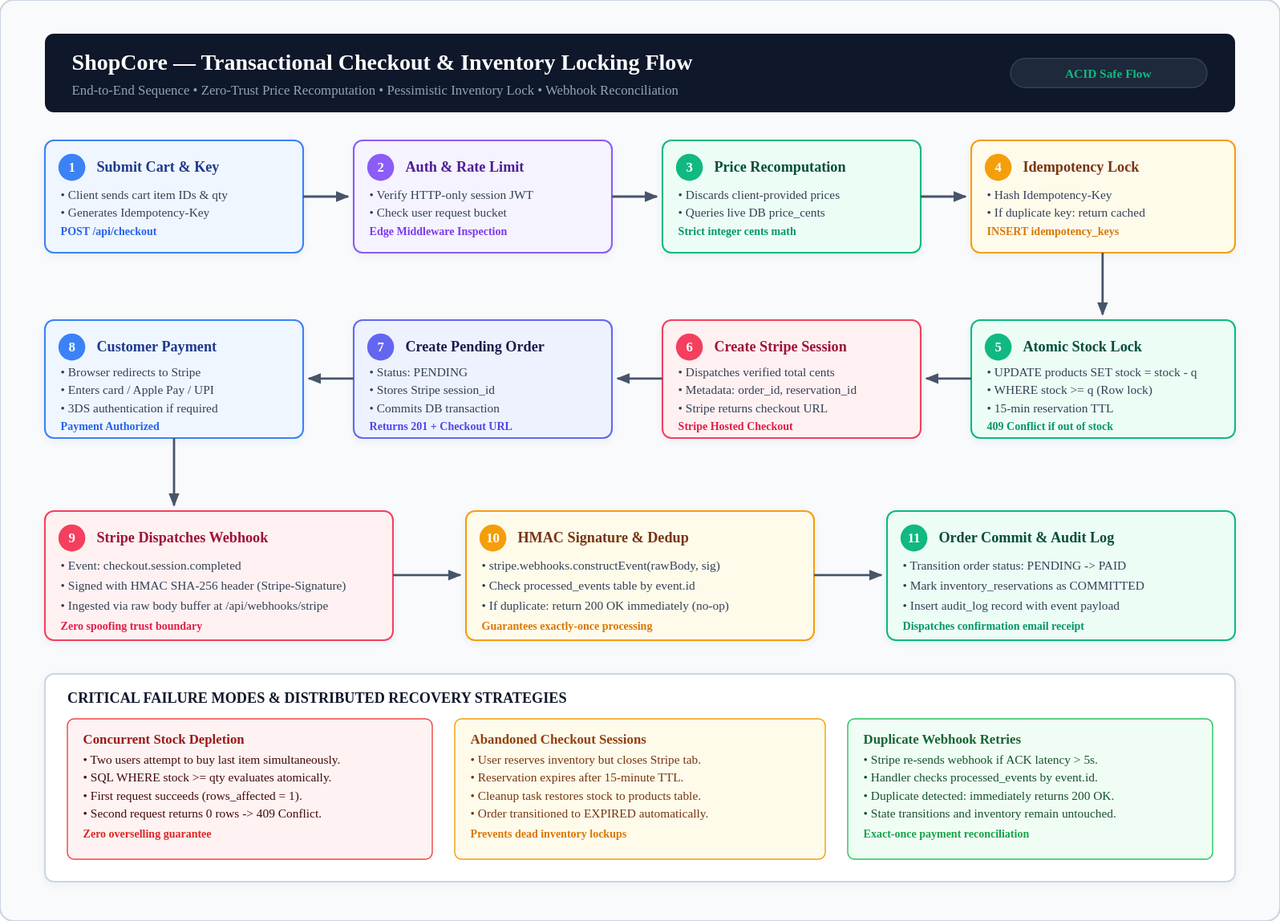
Earlier version of the draw.io export docs/architecture/core-flows.drawio.svg (shivanshjain456/shopcore). Source tidied: cells renumbered, new cells last; positions are measured from the earlier drawing's top-left corner, leaving out a move shared by most shapes.
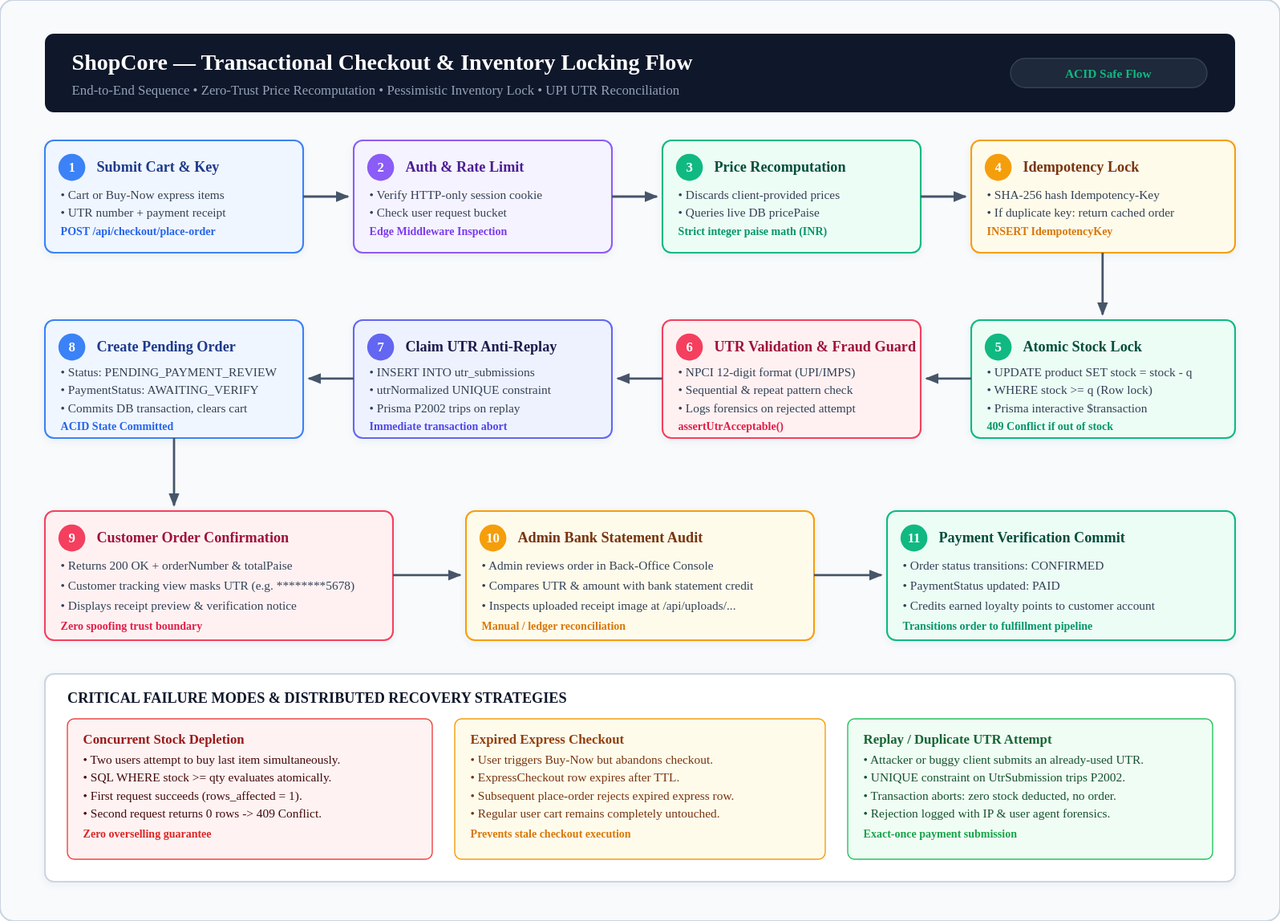
Later version of the same file.

Commit message:
docs: align architecture diagrams and test fixtures with UPI and integer paise rails

Diff of the diagram source:
```diff
@@ -2,40 +2,40 @@
   <root>
     <mxCell id="0" />
     <mxCell id="1" parent="0" />
-    <mxCell id="2" value="&lt;b&gt;ShopCore — Transactional Checkout &amp;amp; Inventory Locking Flow&lt;/b&gt;&lt;br&gt;End-to-End Sequence • Zero-Trust Price Recomputation • Pessimistic Inventory Lock • Webhook Reconciliation" style="rounded=1;whiteSpace=wrap;html=1;fillColor=#0F172A;fontColor=#FFFFFF;align=left;spacingLeft=20;fontSize=13;" parent="1" vertex="1">
+    <mxCell id="2" value="&lt;b&gt;ShopCore — Transactional Checkout &amp;amp; Inventory Locking Flow&lt;/b&gt;&lt;br&gt;End-to-End Sequence • Zero-Trust Price Recomputation • Pessimistic Inventory Lock • UPI UTR Reconciliation" style="rounded=1;whiteSpace=wrap;html=1;fillColor=#0F172A;fontColor=#FFFFFF;align=left;spacingLeft=20;fontSize=13;" parent="1" vertex="1">
       <mxGeometry width="1060" height="70" as="geometry" />
     </mxCell>
-    <mxCell id="3" value="&lt;b&gt;1. Submit Cart &amp;amp; Key&lt;/b&gt;&lt;br&gt;Client sends cart items + Idempotency-Key" style="rounded=1;whiteSpace=wrap;html=1;fillColor=#EFF6FF;strokeColor=#3B82F6;fontColor=#1E3A8A;fontSize=11;" parent="1" vertex="1">
+    <mxCell id="3" value="&lt;b&gt;1. Submit Cart &amp;amp; Key&lt;/b&gt;&lt;br&gt;Client sends cart/express + Idempotency-Key + UTR &amp;amp; receipt" style="rounded=1;whiteSpace=wrap;html=1;fillColor=#EFF6FF;strokeColor=#3B82F6;fontColor=#1E3A8A;fontSize=11;" parent="1" vertex="1">
       <mxGeometry y="95" width="230" height="100" as="geometry" />
     </mxCell>
-    <mxCell id="4" value="&lt;b&gt;2. Auth &amp;amp; Rate Limit&lt;/b&gt;&lt;br&gt;Verify session JWT, check rate limit" style="rounded=1;whiteSpace=wrap;html=1;fillColor=#F5F3FF;strokeColor=#8B5CF6;fontColor=#4C1D95;fontSize=11;" parent="1" vertex="1">
+    <mxCell id="4" value="&lt;b&gt;2. Auth &amp;amp; Rate Limit&lt;/b&gt;&lt;br&gt;Verify session cookie, check rate limit" style="rounded=1;whiteSpace=wrap;html=1;fillColor=#F5F3FF;strokeColor=#8B5CF6;fontColor=#4C1D95;fontSize=11;" parent="1" vertex="1">
       <mxGeometry x="275" y="95" width="230" height="100" as="geometry" />
     </mxCell>
-    <mxCell id="5" value="&lt;b&gt;3. Price Recomputation&lt;/b&gt;&lt;br&gt;Recalculate all totals in integer cents from DB" style="rounded=1;whiteSpace=wrap;html=1;fillColor=#ECFDF5;strokeColor=#10B981;fontColor=#064E3B;fontSize=11;" parent="1" vertex="1">
+    <mxCell id="5" value="&lt;b&gt;3. Price Recomputation&lt;/b&gt;&lt;br&gt;Recalculate all totals in integer paise from DB" style="rounded=1;whiteSpace=wrap;html=1;fillColor=#ECFDF5;strokeColor=#10B981;fontColor=#064E3B;fontSize=11;" parent="1" vertex="1">
       <mxGeometry x="550" y="95" width="230" height="100" as="geometry" />
     </mxCell>
-    <mxCell id="6" value="&lt;b&gt;4. Idempotency Lock&lt;/b&gt;&lt;br&gt;Hash key, return cached or acquire lock" style="rounded=1;whiteSpace=wrap;html=1;fillColor=#FFFBEB;strokeColor=#F59E0B;fontColor=#78350F;fontSize=11;" parent="1" vertex="1">
+    <mxCell id="6" value="&lt;b&gt;4. Idempotency Lock&lt;/b&gt;&lt;br&gt;SHA-256 hash key, return cached or acquire lock" style="rounded=1;whiteSpace=wrap;html=1;fillColor=#FFFBEB;strokeColor=#F59E0B;fontColor=#78350F;fontSize=11;" parent="1" vertex="1">
       <mxGeometry x="825" y="95" width="235" height="100" as="geometry" />
     </mxCell>
-    <mxCell id="7" value="&lt;b&gt;5. Atomic Stock Lock&lt;/b&gt;&lt;br&gt;WHERE stock &amp;gt;= qty (15-min TTL)" style="rounded=1;whiteSpace=wrap;html=1;fillColor=#ECFDF5;strokeColor=#10B981;fontColor=#064E3B;fontSize=11;" parent="1" vertex="1">
+    <mxCell id="7" value="&lt;b&gt;5. Atomic Stock Lock&lt;/b&gt;&lt;br&gt;UPDATE product SET stock = stock - q WHERE stock &amp;gt;= q" style="rounded=1;whiteSpace=wrap;html=1;fillColor=#ECFDF5;strokeColor=#10B981;fontColor=#064E3B;fontSize=11;" parent="1" vertex="1">
       <mxGeometry x="825" y="255" width="235" height="105" as="geometry" />
     </mxCell>
-    <mxCell id="8" value="&lt;b&gt;6. Stripe Session&lt;/b&gt;&lt;br&gt;Create Stripe hosted checkout session" style="rounded=1;whiteSpace=wrap;html=1;fillColor=#FFF1F2;strokeColor=#F43F5E;fontColor=#9F1239;fontSize=11;" parent="1" vertex="1">
+    <mxCell id="8" value="&lt;b&gt;6. UTR Format Check&lt;/b&gt;&lt;br&gt;Validate 12-digit NPCI RRN format &amp;amp; anti-fraud patterns" style="rounded=1;whiteSpace=wrap;html=1;fillColor=#FFF1F2;strokeColor=#F43F5E;fontColor=#9F1239;fontSize=11;" parent="1" vertex="1">
       <mxGeometry x="550" y="255" width="230" height="105" as="geometry" />
     </mxCell>
-    <mxCell id="9" value="&lt;b&gt;7. Pending Order&lt;/b&gt;&lt;br&gt;Status PENDING, commit DB transaction" style="rounded=1;whiteSpace=wrap;html=1;fillColor=#EEF2FF;strokeColor=#6366F1;fontColor=#1E1B4B;fontSize=11;" parent="1" vertex="1">
+    <mxCell id="9" value="&lt;b&gt;7. Claim UTR Anti-Replay&lt;/b&gt;&lt;br&gt;INSERT INTO utr_submissions (utrNormalized UNIQUE)" style="rounded=1;whiteSpace=wrap;html=1;fillColor=#EEF2FF;strokeColor=#6366F1;fontColor=#1E1B4B;fontSize=11;" parent="1" vertex="1">
       <mxGeometry x="275" y="255" width="230" height="105" as="geometry" />
     </mxCell>
-    <mxCell id="10" value="&lt;b&gt;8. Customer Pays&lt;/b&gt;&lt;br&gt;Browser redirects to Stripe, pays" style="rounded=1;whiteSpace=wrap;html=1;fillColor=#EFF6FF;strokeColor=#3B82F6;fontColor=#1E3A8A;fontSize=11;" parent="1" vertex="1">
+    <mxCell id="10" value="&lt;b&gt;8. Create Pending Order&lt;/b&gt;&lt;br&gt;Status PENDING_PAYMENT_REVIEW, commit DB transaction" style="rounded=1;whiteSpace=wrap;html=1;fillColor=#EFF6FF;strokeColor=#3B82F6;fontColor=#1E3A8A;fontSize=11;" parent="1" vertex="1">
       <mxGeometry y="255" width="230" height="105" as="geometry" />
     </mxCell>
-    <mxCell id="11" value="&lt;b&gt;9. Webhook Ingest&lt;/b&gt;&lt;br&gt;checkout.session.completed with HMAC" style="rounded=1;whiteSpace=wrap;html=1;fillColor=#FFF1F2;strokeColor=#F43F5E;fontColor=#9F1239;fontSize=11;" parent="1" vertex="1">
+    <mxCell id="11" value="&lt;b&gt;9. Customer Receipt UI&lt;/b&gt;&lt;br&gt;Returns 200 OK + orderNumber &amp;amp; masked UTR" style="rounded=1;whiteSpace=wrap;html=1;fillColor=#FFF1F2;strokeColor=#F43F5E;fontColor=#9F1239;fontSize=11;" parent="1" vertex="1">
       <mxGeometry y="425" width="310" height="115" as="geometry" />
     </mxCell>
-    <mxCell id="12" value="&lt;b&gt;10. HMAC &amp;amp; Dedup&lt;/b&gt;&lt;br&gt;Verify sig, check processed_events table" style="rounded=1;whiteSpace=wrap;html=1;fillColor=#FFFBEB;strokeColor=#F59E0B;fontColor=#78350F;fontSize=11;" parent="1" vertex="1">
+    <mxCell id="12" value="&lt;b&gt;10. Admin Statement Audit&lt;/b&gt;&lt;br&gt;Compares UTR &amp;amp; amount against incoming bank credit" style="rounded=1;whiteSpace=wrap;html=1;fillColor=#FFFBEB;strokeColor=#F59E0B;fontColor=#78350F;fontSize=11;" parent="1" vertex="1">
       <mxGeometry x="375" y="425" width="310" height="115" as="geometry" />
     </mxCell>
-    <mxCell id="13" value="&lt;b&gt;11. Order Commit&lt;/b&gt;&lt;br&gt;Status -&amp;gt; PAID, reserve -&amp;gt; COMMITTED" style="rounded=1;whiteSpace=wrap;html=1;fillColor=#ECFDF5;strokeColor=#10B981;fontColor=#064E3B;fontSize=11;" parent="1" vertex="1">
+    <mxCell id="13" value="&lt;b&gt;11. Payment Verification Commit&lt;/b&gt;&lt;br&gt;Status -&amp;gt; CONFIRMED, credits loyalty points, fulfills" style="rounded=1;whiteSpace=wrap;html=1;fillColor=#ECFDF5;strokeColor=#10B981;fontColor=#064E3B;fontSize=11;" parent="1" vertex="1">
       <mxGeometry x="750" y="425" width="310" height="115" as="geometry" />
     </mxCell>
   </root>
```
